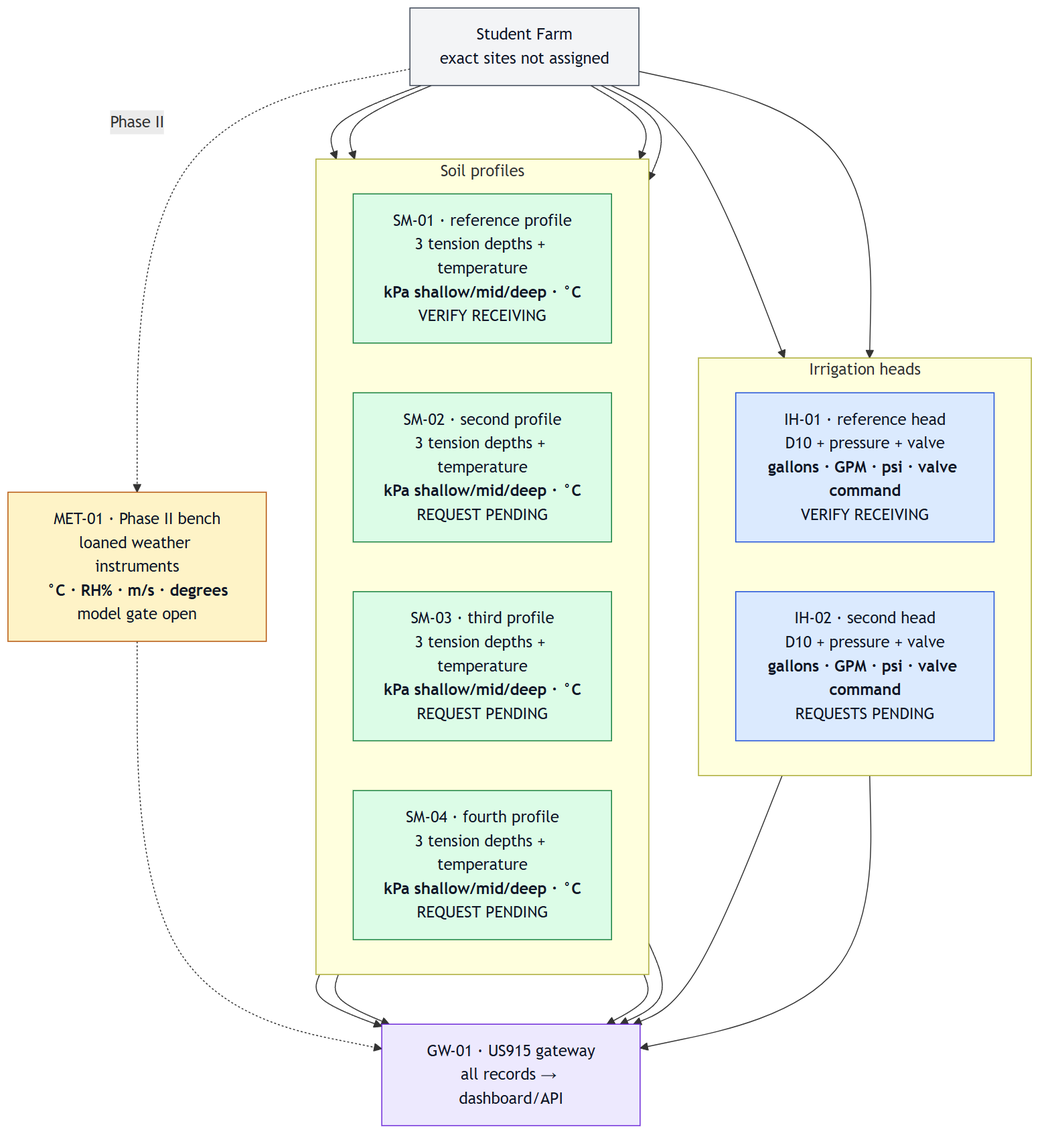
Above: docs/02-stations/station-atlas.png in tienonic/fieldworks (Mermaid), before the change. Its source is kept beside it as docs/02-stations/station-atlas.mmd.
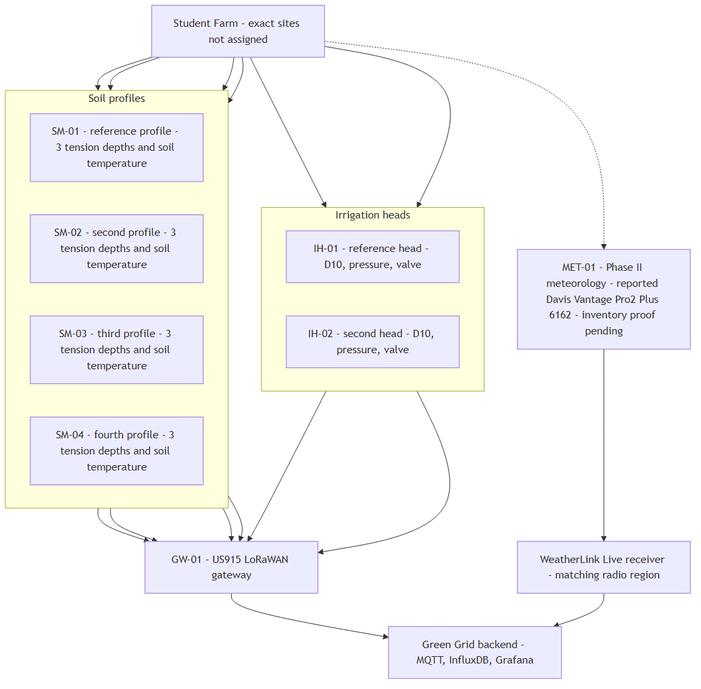
Later version of the same file.

Diff of the diagram source:
```diff
@@ -16,11 +16,11 @@
         SM4["SM-04 - fourth profile - 3 tension depths and soil temperature"]
     end
 
-    MET["MET-01 - Phase II meteorology - Davis Vantage Pro2 Plus 6162 - temperature, RH, wind, rain, solar, UV"]
+    MET["MET-01 - Phase II meteorology - reported Davis Vantage Pro2 Plus 6162 - inventory proof pending"]
 
     GW["GW-01 - US915 LoRaWAN gateway"]
 
-    WLL["WeatherLink Live 6100"]
+    WLL["WeatherLink Live receiver - matching radio region"]
 
     BACKEND["Green Grid backend - MQTT, InfluxDB, Grafana"]
 
```
